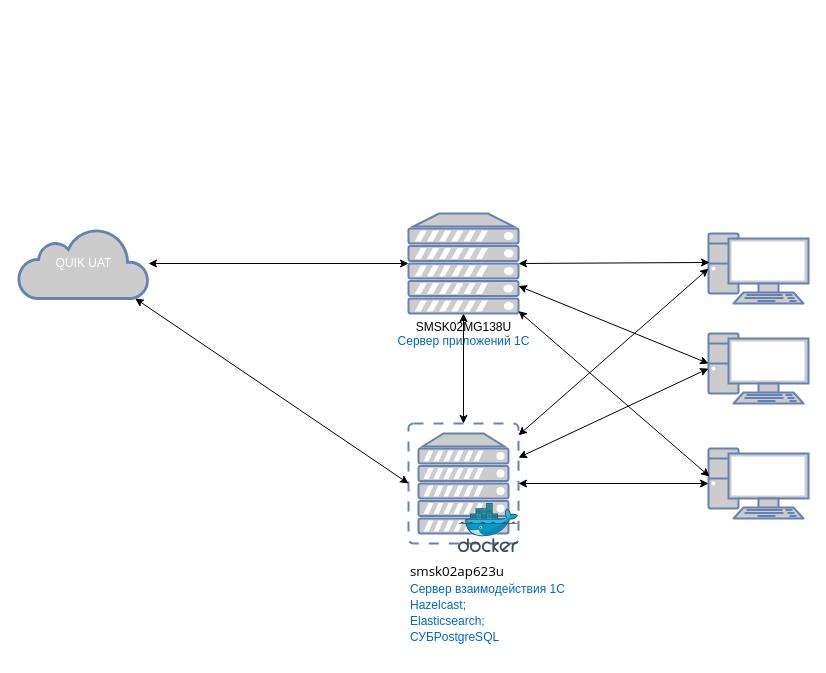
This is СерверВзаимодействия1С-Фронт.drawio from av-konst/draw-io, a draw.io file, before an edit. Source tidied: cells renumbered, new cells numbered last; positions are measured from the earlier drawing's top-left corner, leaving out a move shared by most shapes. Both pictures are drawn from the tidied source at 100%, with x=0, y=0 at pixel (18, 213).
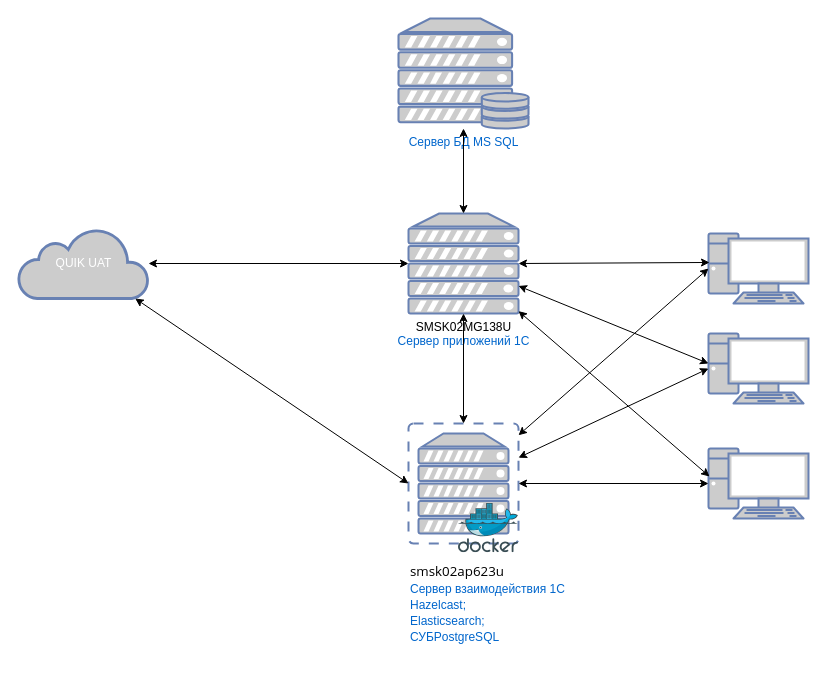
After the change.

Unchanged cells that the change refers to:
```xml
<mxCell id="7" value="&lt;div&gt;&lt;font color=&quot;#000000&quot;&gt;SMSK02MG138U&lt;/font&gt;&lt;br&gt;&lt;/div&gt;Сервер приложений 1С" style="fontColor=#0066CC;verticalAlign=top;verticalLabelPosition=bottom;labelPosition=center;align=center;html=1;outlineConnect=0;fillColor=#CCCCCC;strokeColor=#6881B3;gradientColor=none;gradientDirection=north;strokeWidth=2;shape=mxgraph.networks.server;" parent="1" vertex="1">
  <mxGeometry x="390" width="110" height="100" as="geometry" />
</mxCell>
```

Diff of the diagram source:
```diff
@@
+    <mxCell id="18" value="Сервер БД MS SQL" style="fontColor=#0066CC;verticalAlign=top;verticalLabelPosition=bottom;labelPosition=center;align=center;html=1;outlineConnect=0;fillColor=#CCCCCC;strokeColor=#6881B3;gradientColor=none;gradientDirection=north;strokeWidth=2;shape=mxgraph.networks.server_storage;" parent="1" vertex="1">
+      <mxGeometry x="380" y="-195" width="130" height="110" as="geometry" />
+    </mxCell>
+    <mxCell id="19" style="endArrow=classic;startArrow=classic;html=1;rounded=0;" parent="1" edge="1" source="7" target="18">
+      <mxGeometry relative="1" as="geometry" />
+    </mxCell>
```
